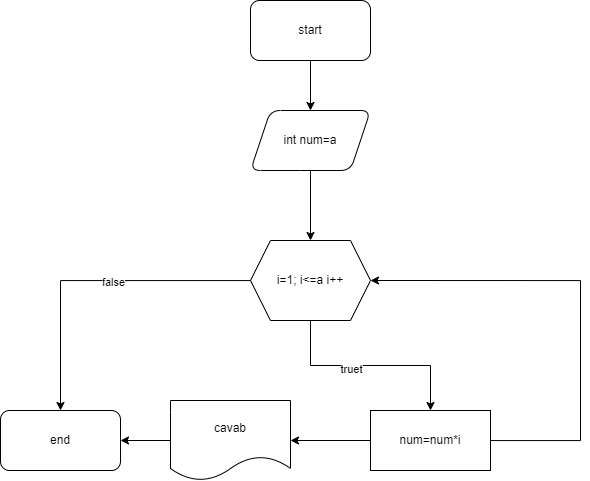
Earlier version of the draw.io export ders2.png (Jamil-Arifoglu/ders). Source tidied: cells renumbered, new cells last; positions are measured from the earlier drawing's top-left corner, leaving out a move shared by most shapes.
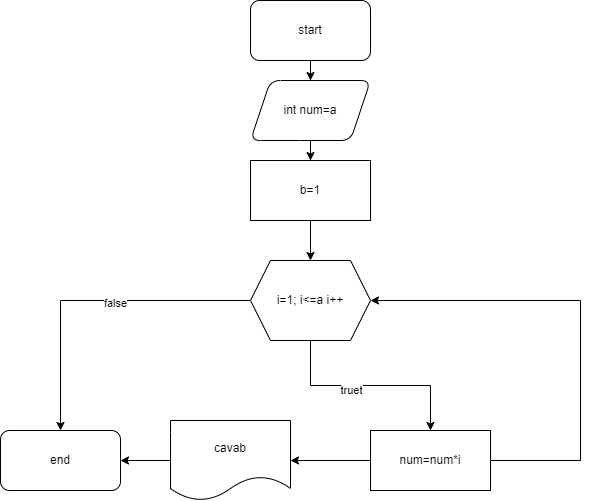
After the commit.

Diff of the diagram source:
```diff
@@ -6,15 +6,13 @@
       <mxGeometry relative="1" as="geometry" />
     </mxCell>
     <mxCell id="3" value="start" style="rounded=1;whiteSpace=wrap;html=1;" parent="1" vertex="1">
-      <mxGeometry x="250" width="120" height="60" as="geometry" />
+      <mxGeometry x="250" y="-20" width="120" height="60" as="geometry" />
     </mxCell>
-    <mxCell id="4" style="edgeStyle=orthogonalEdgeStyle;rounded=0;jettySize=auto;html=1;entryX=0.5;entryY=0;entryDx=0;entryDy=0;" parent="1" edge="1" source="5">
-      <mxGeometry relative="1" as="geometry">
-        <mxPoint x="310" y="240" as="targetPoint" />
-      </mxGeometry>
-    </mxCell>
+    <mxCell id="18" style="edgeStyle=orthogonalEdgeStyle;rounded=0;jettySize=auto;html=1;" parent="1" edge="1" source="5" target="20">
+      <mxGeometry relative="1" as="geometry" />
+    </mxCell>
     <mxCell id="5" value="int num=a" style="shape=parallelogram;perimeter=parallelogramPerimeter;whiteSpace=wrap;html=1;fixedSize=1;rounded=1;" parent="1" vertex="1">
-      <mxGeometry x="250" y="110" width="120" height="60" as="geometry" />
+      <mxGeometry x="250" y="60" width="120" height="60" as="geometry" />
     </mxCell>
     <mxCell id="6" style="edgeStyle=orthogonalEdgeStyle;rounded=0;jettySize=auto;html=1;" parent="1" edge="1" target="11">
       <mxGeometry relative="1" as="geometry">
@@ -65,5 +63,11 @@
     <mxCell id="17" value="cavab" style="shape=document;whiteSpace=wrap;html=1;boundedLbl=1;" parent="1" vertex="1">
       <mxGeometry x="170" y="400" width="120" height="80" as="geometry" />
     </mxCell>
+    <mxCell id="19" style="edgeStyle=orthogonalEdgeStyle;rounded=0;jettySize=auto;html=1;" parent="1" edge="1" source="20" target="11">
+      <mxGeometry relative="1" as="geometry" />
+    </mxCell>
+    <mxCell id="20" value="b=1" style="rounded=0;whiteSpace=wrap;html=1;" parent="1" vertex="1">
+      <mxGeometry x="250" y="140" width="120" height="60" as="geometry" />
+    </mxCell>
   </root>
 </mxGraphModel>
```
